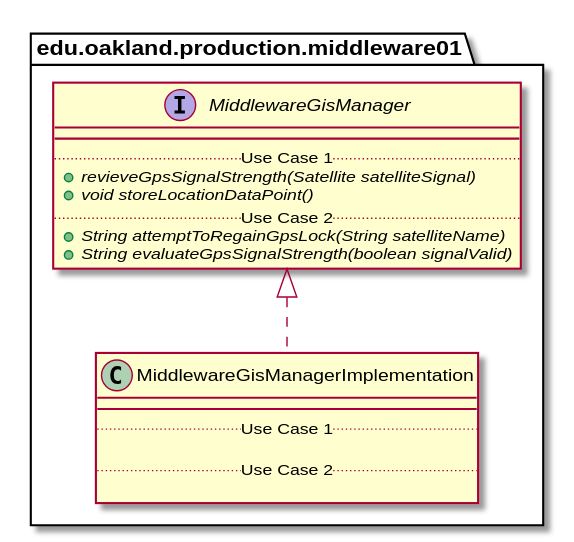
Above: docs/uml-class-diagrams/middleware01/production/MiddlewareGisManagerImplementation/MiddlewareGisManagerImplementation_DirectDependencies.svg in elilley15/csi-3370-software-project (PlantUML), before the change. The source it was exported from:
```plantuml
@startuml MiddlewareGisManagerImplementation_DirectDependencies


package edu.oakland.production.middleware01 {
    class MiddlewareGisManagerImplementation {
        __
        .. Use Case 1 ..

        .. Use Case 2 ..

    }
}



package edu.oakland.production.middleware01 {
    interface MiddlewareGisManager {
        __
        .. Use Case 1 ..
        {abstract} + revieveGpsSignalStrength(Satellite satelliteSignal)
        {abstract} + void storeLocationDataPoint()
        .. Use Case 2 ..
        {abstract} + String attemptToRegainGpsLock(String satelliteName)
        {abstract} + String evaluateGpsSignalStrength(boolean signalValid)
    }
}

MiddlewareGisManagerImplementation .up.|> MiddlewareGisManager





@enduml
```
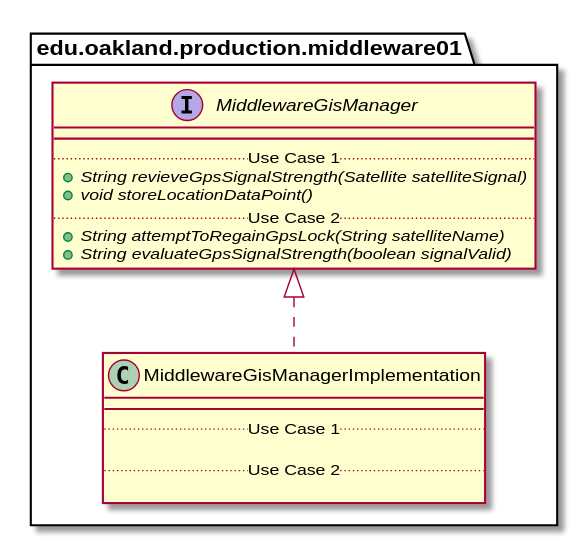
After the commit.

The edit, as a diff of the source:
```diff
@@ -17,7 +17,7 @@
     interface MiddlewareGisManager {
         __
         .. Use Case 1 ..
-        {abstract} + revieveGpsSignalStrength(Satellite satelliteSignal)
+        {abstract} + String revieveGpsSignalStrength(Satellite satelliteSignal)
         {abstract} + void storeLocationDataPoint()
         .. Use Case 2 ..
         {abstract} + String attemptToRegainGpsLock(String satelliteName)
```
